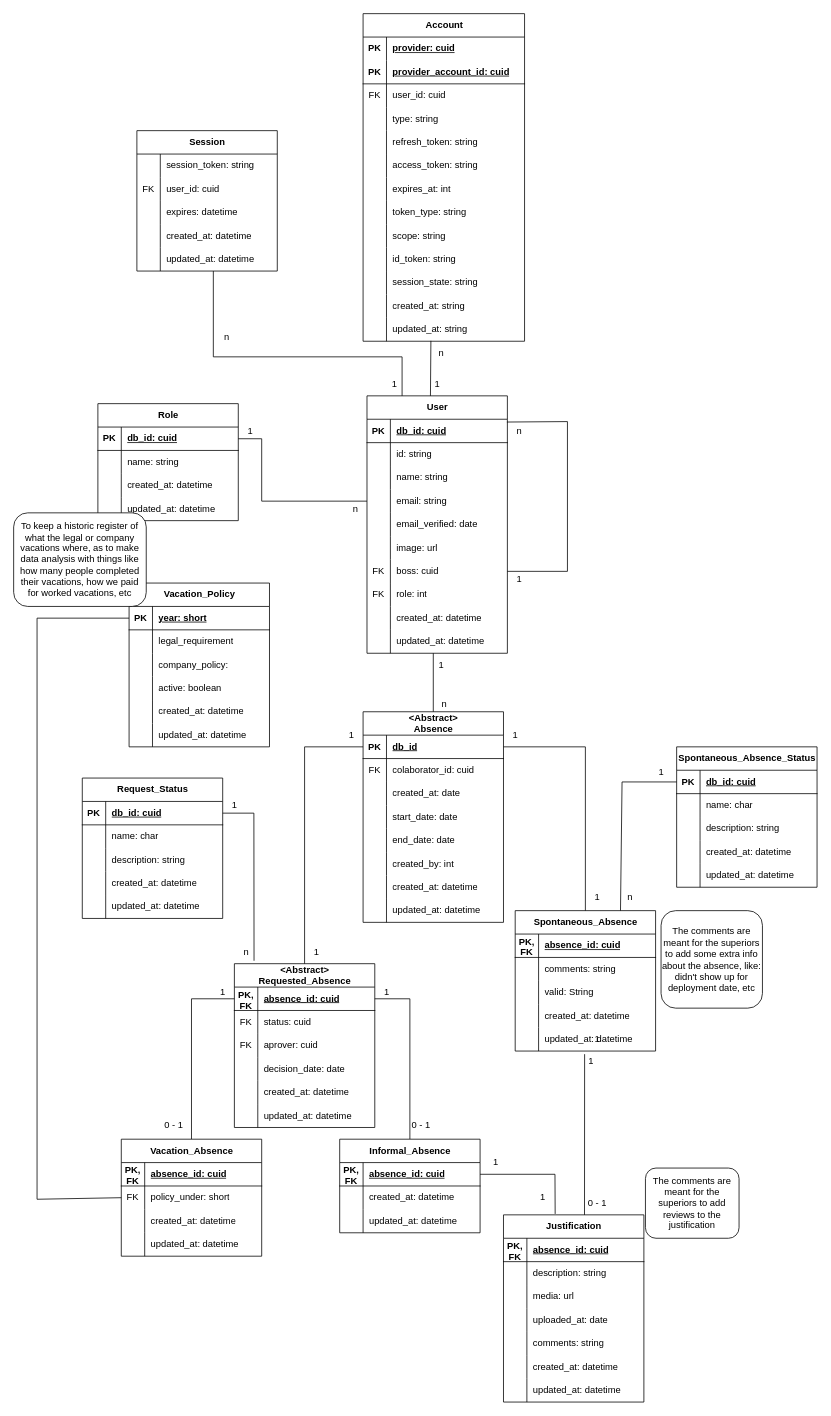
Proyecto-de-Ingenieria-III-EIA/sistema-de-gestion-de-vacaciones keeps this draw.io diagram as GestionHumana.drawio. Above is the earlier version. Source tidied: cells renumbered, new cells numbered last; positions are measured from the earlier drawing's top-left corner, leaving out a move shared by most shapes. Both pictures are drawn from the tidied source at 78%, with x=0, y=0 at pixel (13, 13).
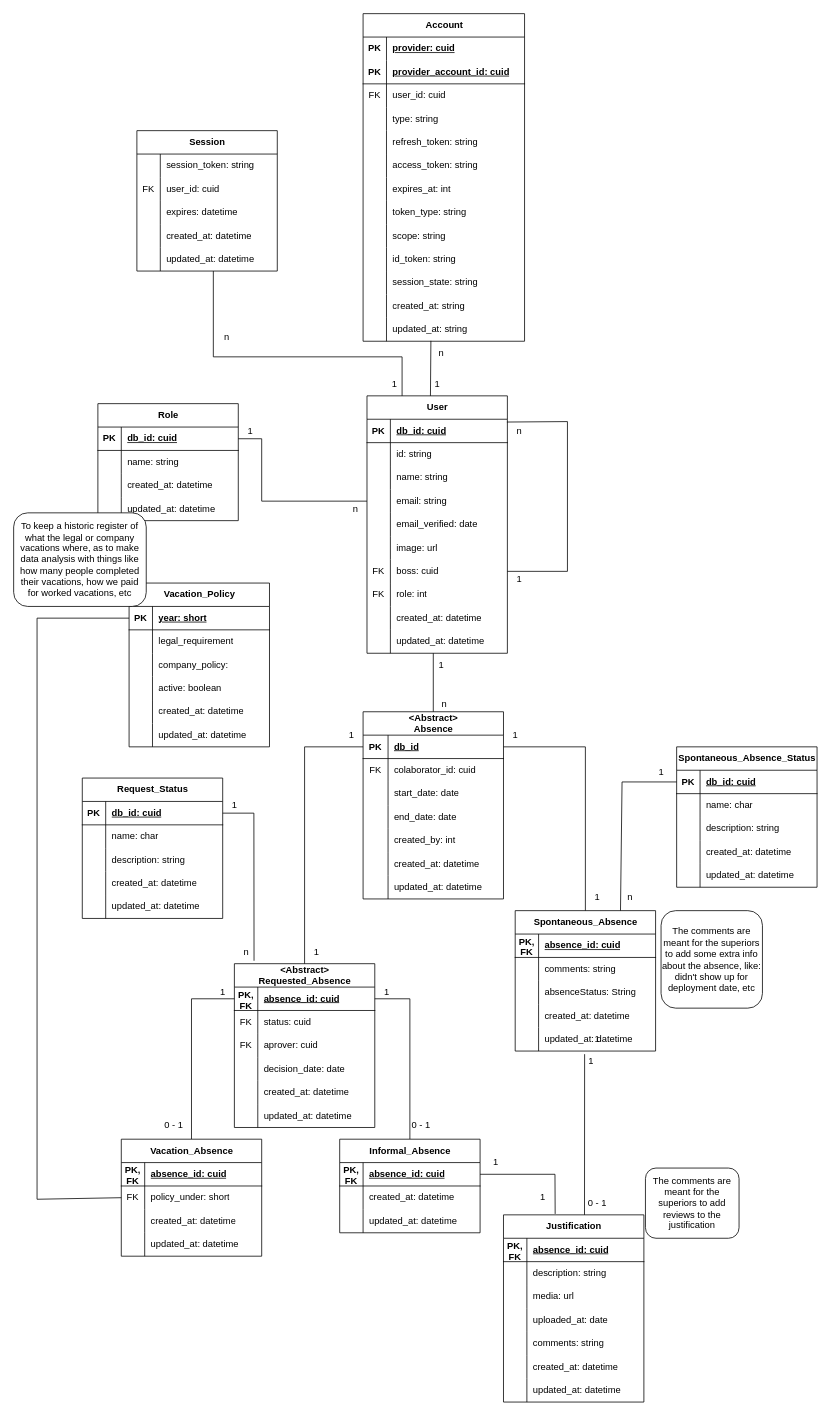
After the change.

The change refers to these unchanged cells:
```xml
<mxCell id="122" style="shape=tableRow;horizontal=0;startSize=0;swimlaneHead=0;swimlaneBody=0;fillColor=none;points=[[0,0.5],[1,0.5]];portConstraint=eastwest;top=0;left=0;right=0;bottom=1;" parent="121" vertex="1">
  <mxGeometry y="30" width="180" height="30" as="geometry" />
</mxCell>
<mxCell id="125" style="shape=tableRow;horizontal=0;startSize=0;swimlaneHead=0;swimlaneBody=0;fillColor=none;top=0;left=0;right=0;bottom=0;" parent="121" vertex="1">
  <mxGeometry y="60" width="180" height="30" as="geometry" />
</mxCell>
<mxCell id="172" style="shape=tableRow;horizontal=0;startSize=0;swimlaneHead=0;swimlaneBody=0;fillColor=none;top=0;left=0;right=0;bottom=0;" parent="165" vertex="1">
  <mxGeometry y="90" width="180" height="30" as="geometry" />
</mxCell>
```

What changed in the source:
```diff
@@
     <mxCell id="121" value="&amp;lt;Abstract&amp;gt;&lt;br&gt;Absence" style="shape=table;startSize=30;childLayout=tableLayout;rowLines=0;fontStyle=1;align=center;html=1;" parent="1" vertex="1">
-      <mxGeometry x="448" y="895" width="180" height="270" as="geometry" />
+      <mxGeometry x="448" y="895" width="180" height="240" as="geometry" />
     </mxCell>
@@
     <mxCell id="123" value="PK" style="shape=partialRectangle;fillColor=none;top=0;left=0;bottom=0;right=0;fontStyle=1;overflow=hidden;whiteSpace=wrap;html=1;" parent="122" vertex="1">
-      <mxGeometry width="30" height="30" as="geometry" />
+      <mxGeometry width="32" height="30" as="geometry" />
     </mxCell>
     <mxCell id="124" value="db_id" style="shape=partialRectangle;fillColor=none;top=0;left=0;bottom=0;right=0;align=left;spacingLeft=6;fontStyle=5;overflow=hidden;whiteSpace=wrap;html=1;" parent="122" vertex="1">
-      <mxGeometry x="30" width="150" height="30" as="geometry" />
+      <mxGeometry x="32" width="148" height="30" as="geometry" />
     </mxCell>
@@
     <mxCell id="126" value="FK" style="shape=partialRectangle;fillColor=none;top=0;left=0;bottom=0;right=0;overflow=hidden;whiteSpace=wrap;html=1;" parent="125" vertex="1">
-      <mxGeometry width="30" height="30" as="geometry" />
+      <mxGeometry width="32" height="30" as="geometry" />
     </mxCell>
     <mxCell id="127" value="colaborator_id: cuid" style="shape=partialRectangle;fillColor=none;top=0;left=0;bottom=0;right=0;align=left;spacingLeft=6;overflow=hidden;whiteSpace=wrap;html=1;" parent="125" vertex="1">
-      <mxGeometry x="30" width="150" height="30" as="geometry" />
+      <mxGeometry x="32" width="148" height="30" as="geometry" />
     </mxCell>
-    <mxCell id="128" style="shape=tableRow;horizontal=0;startSize=0;swimlaneHead=0;swimlaneBody=0;fillColor=none;top=0;left=0;right=0;bottom=0;" parent="121" vertex="1">
-      <mxGeometry y="90" width="180" height="30" as="geometry" />
-    </mxCell>
-    <mxCell id="129" style="shape=partialRectangle;fillColor=none;top=0;left=0;bottom=0;right=0;overflow=hidden;whiteSpace=wrap;html=1;" parent="128" vertex="1">
-      <mxGeometry width="30" height="30" as="geometry" />
-    </mxCell>
-    <mxCell id="130" value="created_at: date" style="shape=partialRectangle;fillColor=none;top=0;left=0;bottom=0;right=0;align=left;spacingLeft=6;overflow=hidden;whiteSpace=wrap;html=1;" parent="128" vertex="1">
-      <mxGeometry x="30" width="150" height="30" as="geometry" />
-    </mxCell>
     <mxCell id="131" style="shape=tableRow;horizontal=0;startSize=0;swimlaneHead=0;swimlaneBody=0;fillColor=none;top=0;left=0;right=0;bottom=0;" parent="121" vertex="1">
-      <mxGeometry y="120" width="180" height="30" as="geometry" />
+      <mxGeometry y="90" width="180" height="30" as="geometry" />
     </mxCell>
     <mxCell id="132" style="shape=partialRectangle;fillColor=none;top=0;left=0;bottom=0;right=0;overflow=hidden;whiteSpace=wrap;html=1;" parent="131" vertex="1">
-      <mxGeometry width="30" height="30" as="geometry" />
+      <mxGeometry width="32" height="30" as="geometry" />
     </mxCell>
     <mxCell id="133" value="start_date: date" style="shape=partialRectangle;fillColor=none;top=0;left=0;bottom=0;right=0;align=left;spacingLeft=6;overflow=hidden;whiteSpace=wrap;html=1;" parent="131" vertex="1">
-      <mxGeometry x="30" width="150" height="30" as="geometry" />
+      <mxGeometry x="32" width="148" height="30" as="geometry" />
     </mxCell>
     <mxCell id="134" style="shape=tableRow;horizontal=0;startSize=0;swimlaneHead=0;swimlaneBody=0;fillColor=none;top=0;left=0;right=0;bottom=0;" parent="121" vertex="1">
-      <mxGeometry y="150" width="180" height="30" as="geometry" />
+      <mxGeometry y="120" width="180" height="30" as="geometry" />
     </mxCell>
     <mxCell id="135" style="shape=partialRectangle;fillColor=none;top=0;left=0;bottom=0;right=0;overflow=hidden;whiteSpace=wrap;html=1;" parent="134" vertex="1">
-      <mxGeometry width="30" height="30" as="geometry" />
+      <mxGeometry width="32" height="30" as="geometry" />
     </mxCell>
     <mxCell id="136" value="end_date: date" style="shape=partialRectangle;fillColor=none;top=0;left=0;bottom=0;right=0;align=left;spacingLeft=6;overflow=hidden;whiteSpace=wrap;html=1;" parent="134" vertex="1">
-      <mxGeometry x="30" width="150" height="30" as="geometry" />
+      <mxGeometry x="32" width="148" height="30" as="geometry" />
     </mxCell>
     <mxCell id="137" style="shape=tableRow;horizontal=0;startSize=0;swimlaneHead=0;swimlaneBody=0;fillColor=none;top=0;left=0;right=0;bottom=0;" parent="121" vertex="1">
-      <mxGeometry y="180" width="180" height="30" as="geometry" />
+      <mxGeometry y="150" width="180" height="30" as="geometry" />
     </mxCell>
     <mxCell id="138" style="shape=partialRectangle;fillColor=none;top=0;left=0;bottom=0;right=0;overflow=hidden;whiteSpace=wrap;html=1;" parent="137" vertex="1">
-      <mxGeometry width="30" height="30" as="geometry" />
+      <mxGeometry width="32" height="30" as="geometry" />
     </mxCell>
     <mxCell id="139" value="created_by: int" style="shape=partialRectangle;fillColor=none;top=0;left=0;bottom=0;right=0;align=left;spacingLeft=6;overflow=hidden;whiteSpace=wrap;html=1;" parent="137" vertex="1">
-      <mxGeometry x="30" width="150" height="30" as="geometry" />
+      <mxGeometry x="32" width="148" height="30" as="geometry" />
     </mxCell>
     <mxCell id="140" style="shape=tableRow;horizontal=0;startSize=0;swimlaneHead=0;swimlaneBody=0;fillColor=none;top=0;left=0;right=0;bottom=0;" parent="121" vertex="1">
-      <mxGeometry y="210" width="180" height="30" as="geometry" />
+      <mxGeometry y="180" width="180" height="30" as="geometry" />
     </mxCell>
     <mxCell id="141" style="shape=partialRectangle;fillColor=none;top=0;left=0;bottom=0;right=0;overflow=hidden;whiteSpace=wrap;html=1;" parent="140" vertex="1">
-      <mxGeometry width="30" height="30" as="geometry" />
+      <mxGeometry width="32" height="30" as="geometry" />
     </mxCell>
     <mxCell id="142" value="created_at: datetime" style="shape=partialRectangle;fillColor=none;top=0;left=0;bottom=0;right=0;align=left;spacingLeft=6;overflow=hidden;whiteSpace=wrap;html=1;" parent="140" vertex="1">
-      <mxGeometry x="30" width="150" height="30" as="geometry" />
+      <mxGeometry x="32" width="148" height="30" as="geometry" />
     </mxCell>
     <mxCell id="143" style="shape=tableRow;horizontal=0;startSize=0;swimlaneHead=0;swimlaneBody=0;fillColor=none;top=0;left=0;right=0;bottom=0;" parent="121" vertex="1">
-      <mxGeometry y="240" width="180" height="30" as="geometry" />
+      <mxGeometry y="210" width="180" height="30" as="geometry" />
     </mxCell>
     <mxCell id="144" style="shape=partialRectangle;fillColor=none;top=0;left=0;bottom=0;right=0;overflow=hidden;whiteSpace=wrap;html=1;" parent="143" vertex="1">
-      <mxGeometry width="30" height="30" as="geometry" />
+      <mxGeometry width="32" height="30" as="geometry" />
     </mxCell>
     <mxCell id="145" value="updated_at: datetime" style="shape=partialRectangle;fillColor=none;top=0;left=0;bottom=0;right=0;align=left;spacingLeft=6;overflow=hidden;whiteSpace=wrap;html=1;" parent="143" vertex="1">
-      <mxGeometry x="30" width="150" height="30" as="geometry" />
+      <mxGeometry x="32" width="148" height="30" as="geometry" />
     </mxCell>
@@
-    <mxCell id="174" value="valid: String" style="shape=partialRectangle;fillColor=none;top=0;left=0;bottom=0;right=0;align=left;spacingLeft=6;overflow=hidden;whiteSpace=wrap;html=1;" parent="172" vertex="1">
+    <mxCell id="174" value="absenceStatus: String" style="shape=partialRectangle;fillColor=none;top=0;left=0;bottom=0;right=0;align=left;spacingLeft=6;overflow=hidden;whiteSpace=wrap;html=1;" parent="172" vertex="1">
       <mxGeometry x="30" width="150" height="30" as="geometry" />
     </mxCell>
```
